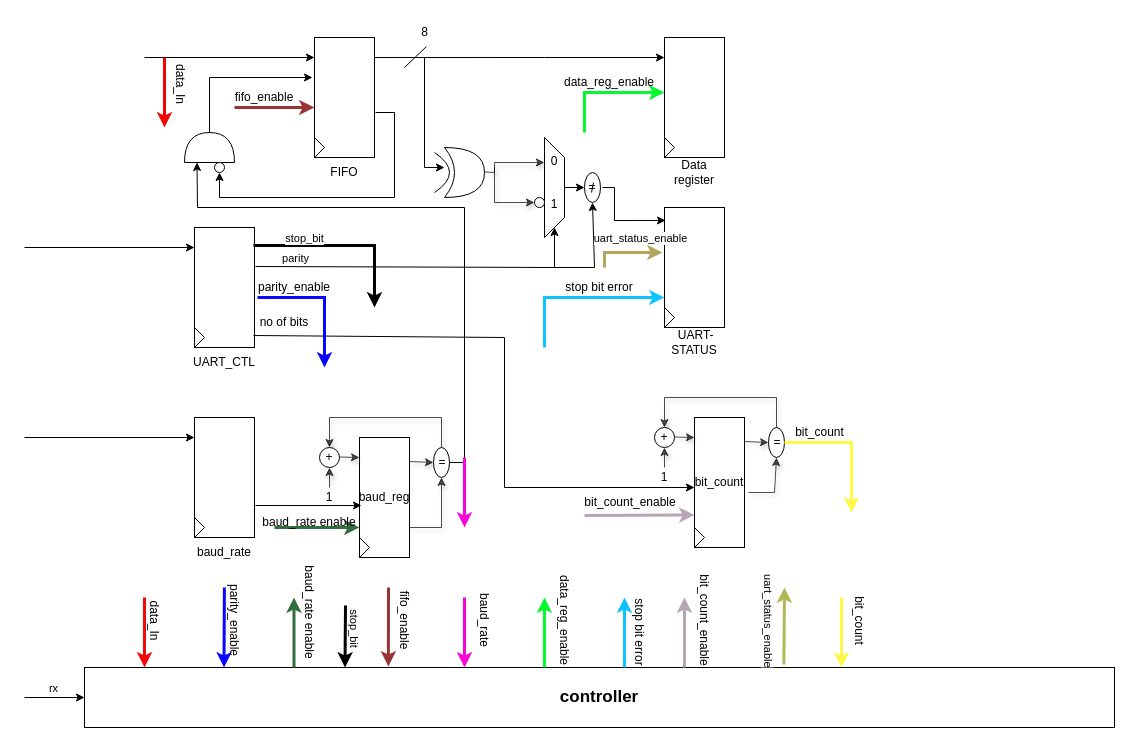
The draw.io diagram page "Page-1" (1 of 2) of uart/docs/UART_RX.drawio in MuhammadBoota09299/Computer_Architecture_Lab, before the edit. Source tidied: cells renumbered, new cells numbered last; positions are measured from the earlier drawing's top-left corner, leaving out a move shared by most shapes. Both pictures are drawn from the tidied source at 100%, with x=0, y=0 at pixel (24, 17).
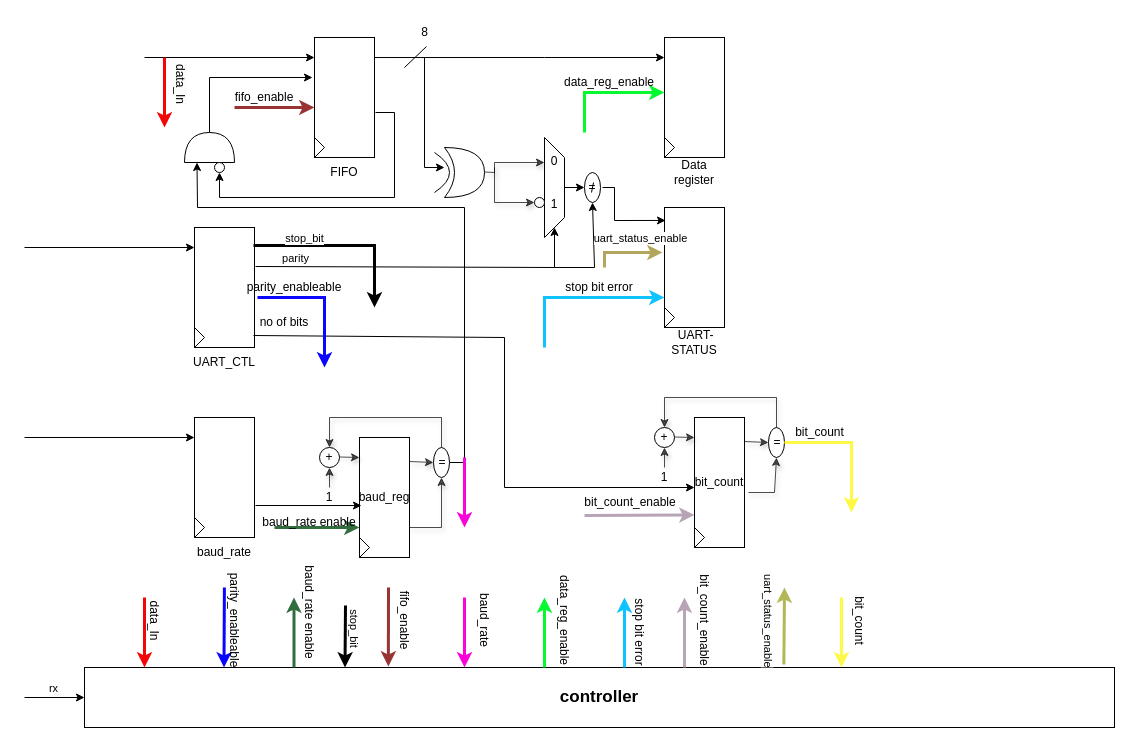
The same diagram, later.

Diff of the diagram source:
```diff
@@
-    <mxCell id="72" value="parity_enable" style="text;html=1;align=center;verticalAlign=middle;whiteSpace=wrap;rounded=0;" parent="1" vertex="1">
+    <mxCell id="72" value="parity_enableable" style="text;html=1;align=center;verticalAlign=middle;whiteSpace=wrap;rounded=0;" parent="1" vertex="1">
       <mxGeometry x="240" y="255" width="60" height="30" as="geometry" />
     </mxCell>
@@
-    <mxCell id="74" value="parity_enable" style="text;html=1;align=center;verticalAlign=middle;whiteSpace=wrap;rounded=0;rotation=90;" parent="1" vertex="1">
+    <mxCell id="74" value="parity_enableable" style="text;html=1;align=center;verticalAlign=middle;whiteSpace=wrap;rounded=0;rotation=90;" parent="1" vertex="1">
       <mxGeometry x="180" y="588" width="60" height="30" as="geometry" />
     </mxCell>
```
